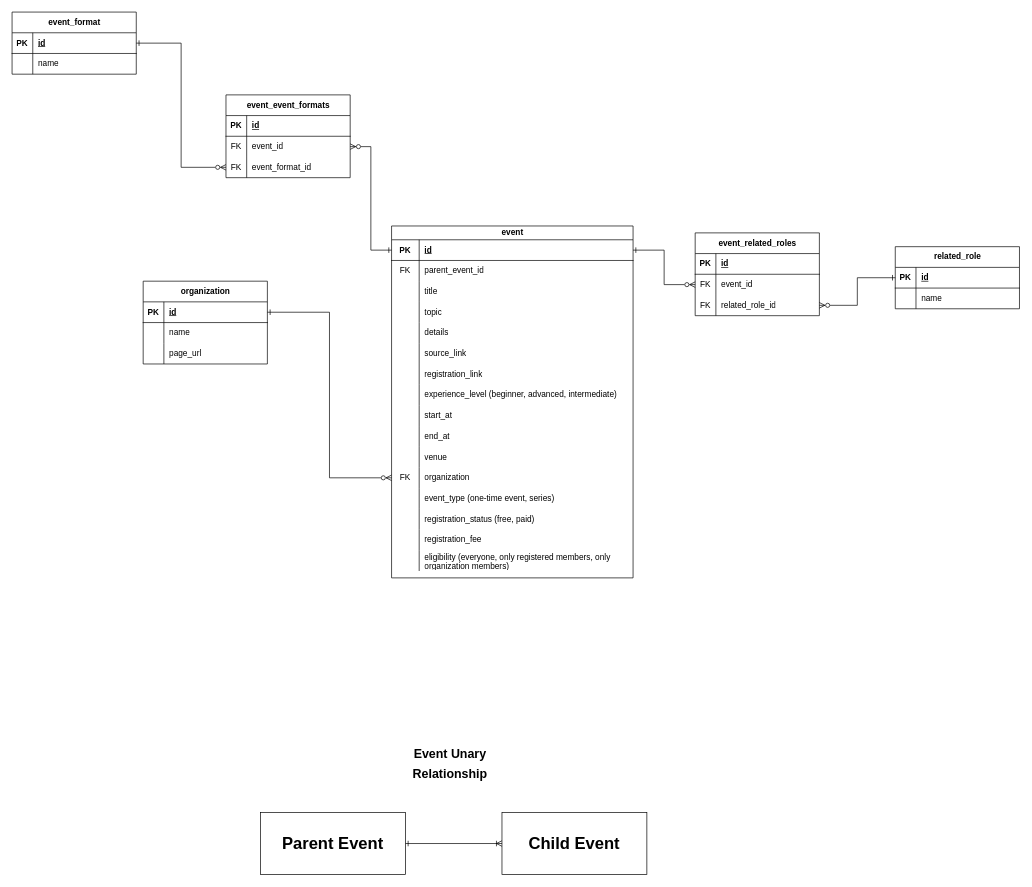
Earlier version of the draw.io diagram 2Gether.drawio (RHILIUS/drawio). Source tidied: cells renumbered, new cells numbered last; positions are measured from the earlier drawing's top-left corner, leaving out a move shared by most shapes. Both pictures are drawn from the tidied source at 69%, with x=0, y=0 at pixel (12, 12).
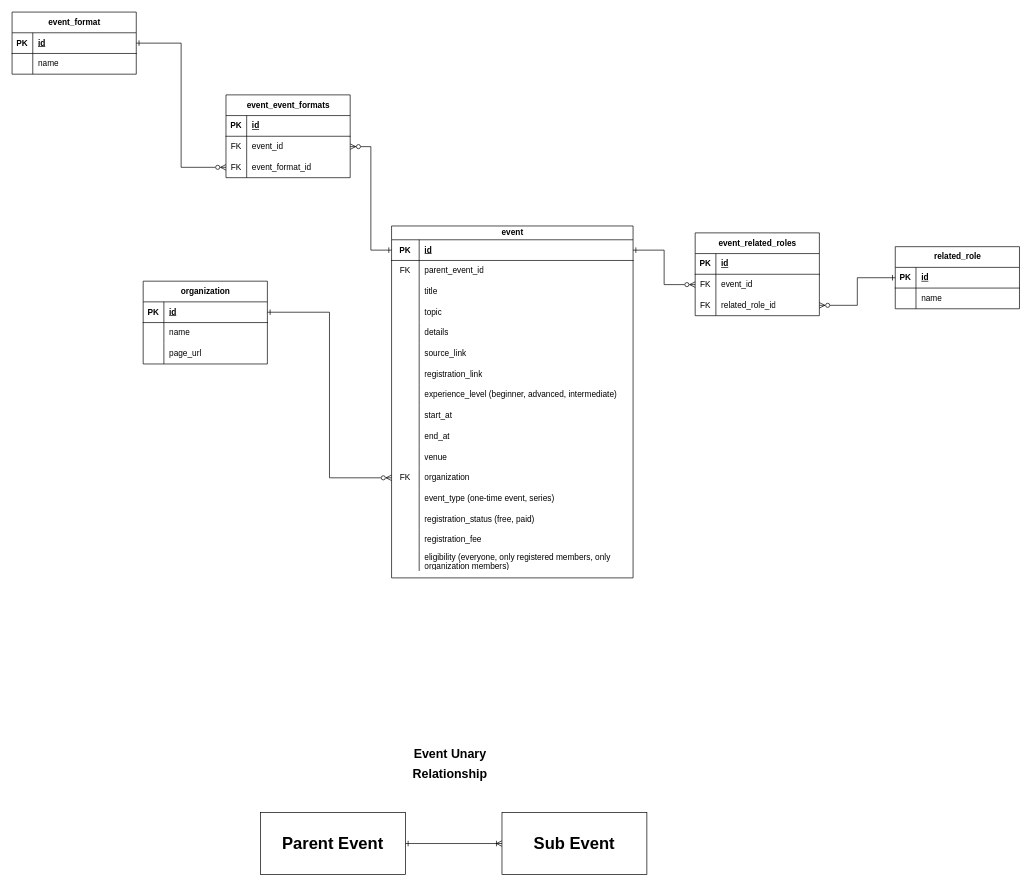
The same diagram, later.

Commit message:
rename child event to sub event

The edit, as a diff of the source:
```diff
@@
-    <mxCell id="103" value="&lt;h1&gt;Child Event&lt;/h1&gt;" style="rounded=0;whiteSpace=wrap;html=1;" parent="1" vertex="1">
+    <mxCell id="103" value="&lt;h1&gt;Sub Event&lt;/h1&gt;" style="rounded=0;whiteSpace=wrap;html=1;" parent="1" vertex="1">
       <mxGeometry x="710" y="1160" width="210" height="90" as="geometry" />
     </mxCell>
```
